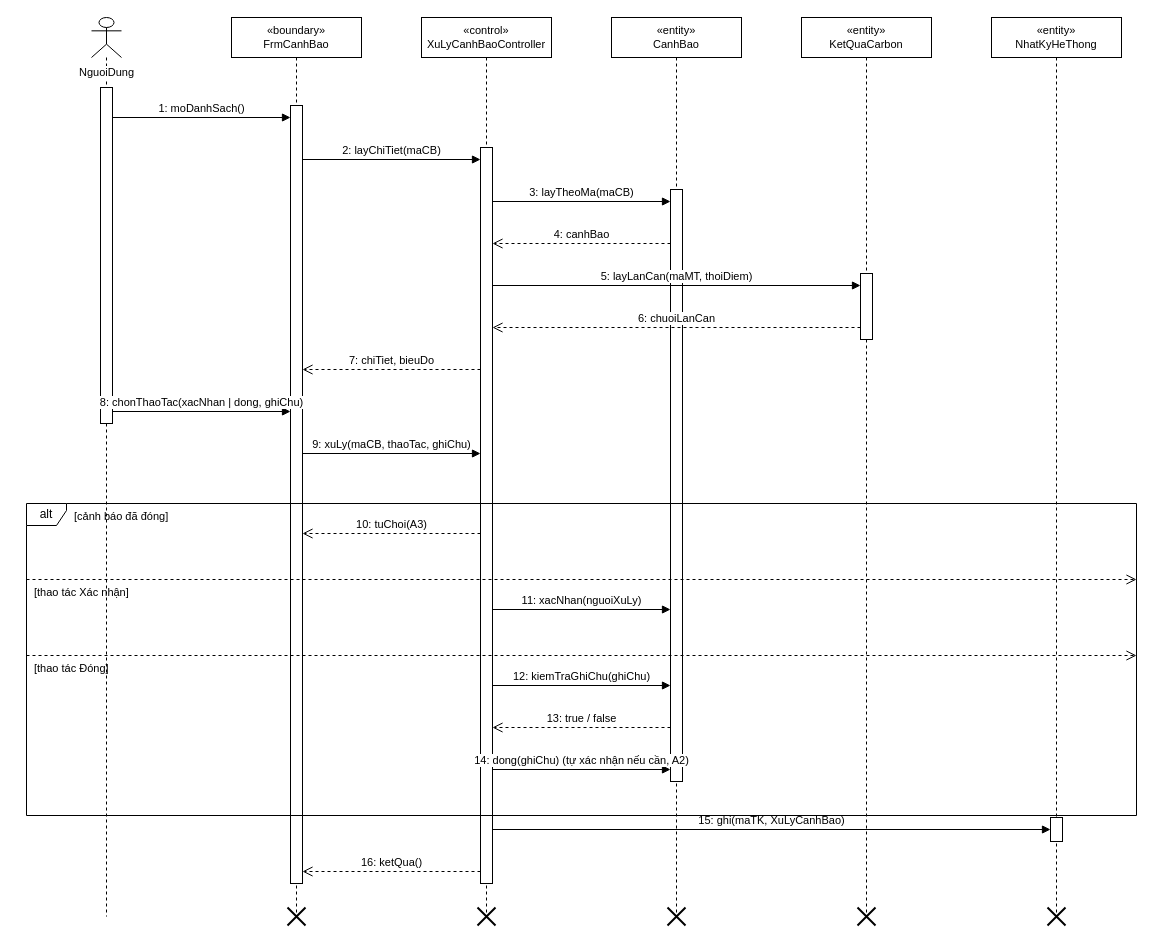
This is docs/diagrams/03_TuanTu/UC_GD_016_Sequence_XuLyCanhBao.drawio from TranThienNhan8279/GreenDash, a draw.io file, before an edit. Source tidied: cells renumbered, new cells numbered last; positions are measured from the earlier drawing's top-left corner, leaving out a move shared by most shapes. Both pictures are drawn from the tidied source at 100%, with x=0, y=0 at pixel (26, 17).
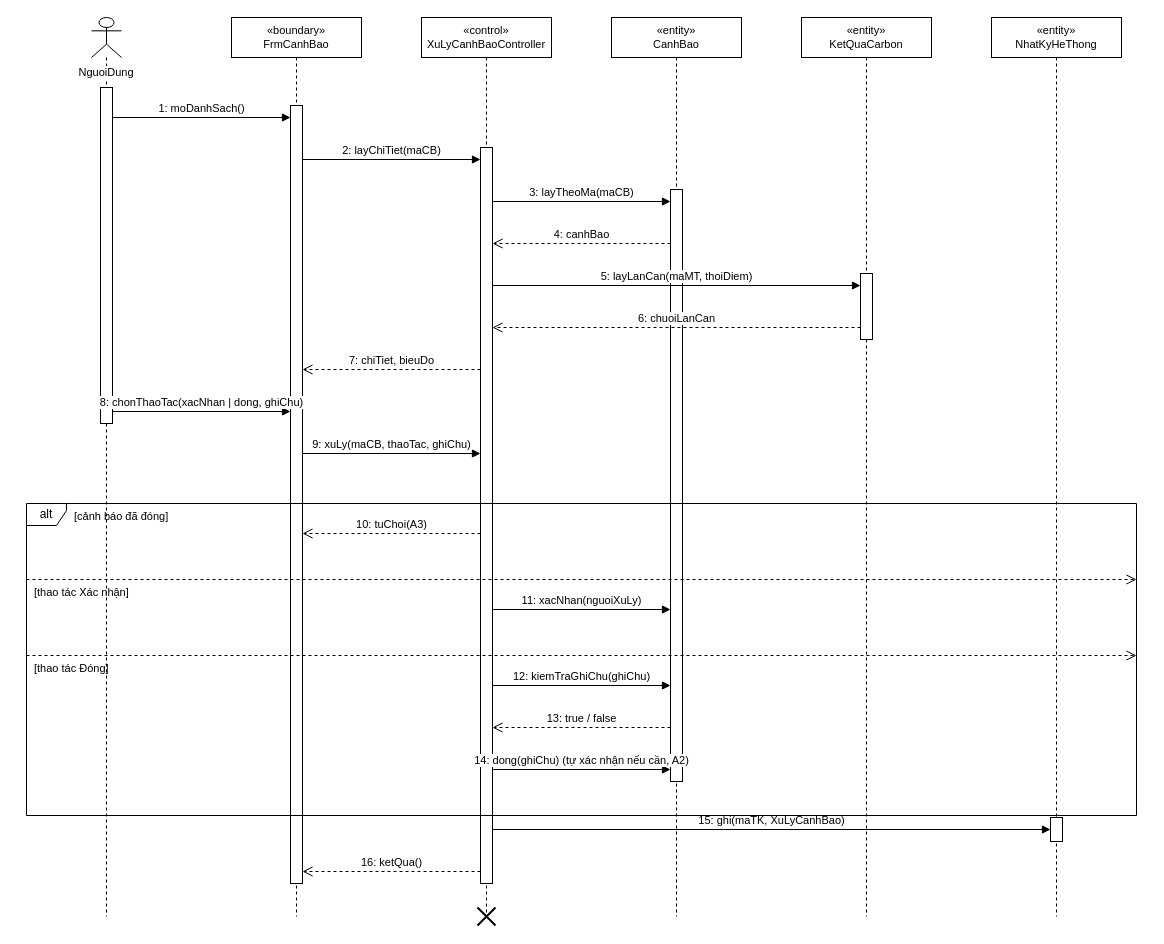
Above is the later version.

What changed in the source:
```diff
@@
-    <mxCell id="2" value="NguoiDung" style="shape=umlLifeline;participant=umlActor;verticalAlign=top;spacingTop=42;labelBackgroundColor=#ffffff;perimeter=lifelinePerimeter;whiteSpace=nowrap;html=1;fontSize=11;" parent="1" vertex="1">
+    <mxCell id="2" value="NguoiDung" style="shape=umlLifeline;participant=umlActor;verticalAlign=top;spacingTop=42;labelBackgroundColor=#ffffff;perimeter=lifelinePerimeter;whiteSpace=wrap;html=1;fontSize=11;" parent="1" vertex="1">
       <mxGeometry x="65" width="30" height="899" as="geometry" />
     </mxCell>
@@
-    <mxCell id="10" style="shape=umlDestroy;html=1;strokeWidth=2;strokeColor=#000000;" parent="1" vertex="1">
-      <mxGeometry x="261" y="890" width="18" height="18" as="geometry" />
-    </mxCell>
@@
-    <mxCell id="14" style="shape=umlDestroy;html=1;strokeWidth=2;strokeColor=#000000;" parent="1" vertex="1">
-      <mxGeometry x="641" y="890" width="18" height="18" as="geometry" />
-    </mxCell>
@@
-    <mxCell id="16" style="shape=umlDestroy;html=1;strokeWidth=2;strokeColor=#000000;" parent="1" vertex="1">
-      <mxGeometry x="831" y="890" width="18" height="18" as="geometry" />
-    </mxCell>
@@
-    <mxCell id="18" style="shape=umlDestroy;html=1;strokeWidth=2;strokeColor=#000000;" parent="1" vertex="1">
-      <mxGeometry x="1021" y="890" width="18" height="18" as="geometry" />
-    </mxCell>
```
